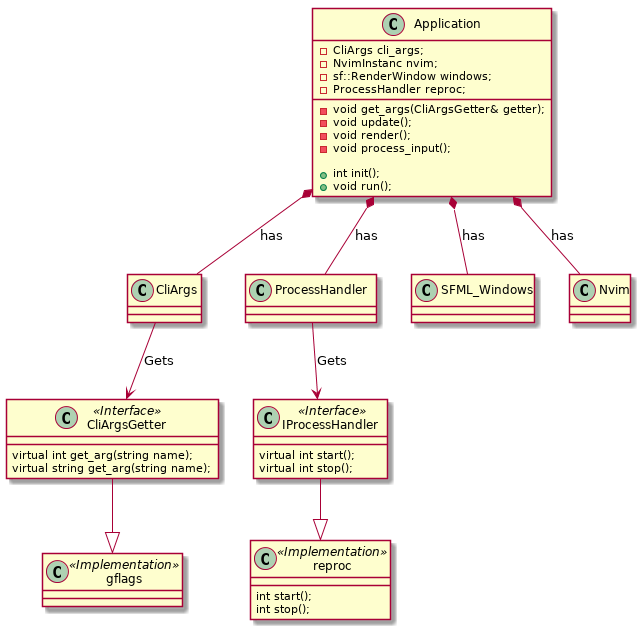
tricktux/rnvim keeps this PlantUML diagram as docs/arch.png. Above is the earlier version.
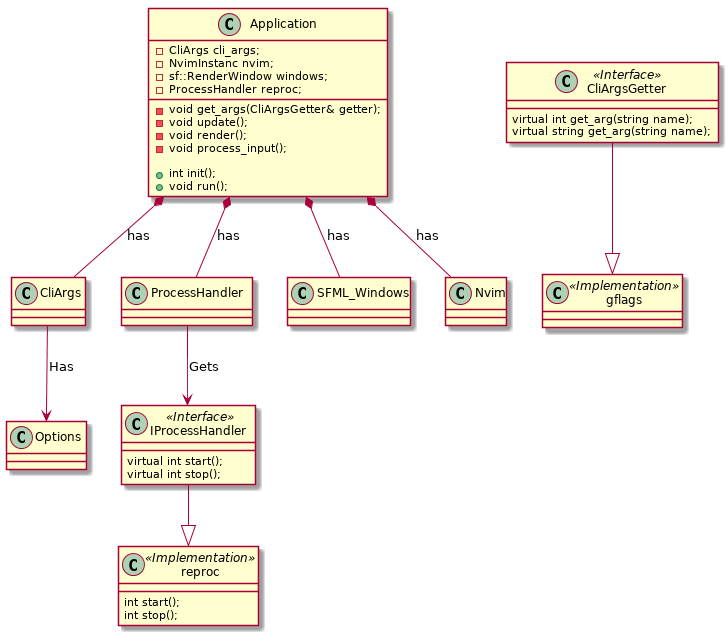
After the change.

Commit message:
Improving argument handling

What changed in the source:
```diff
@@ -42,7 +42,7 @@
 Application *-- SFML_Windows : has
 Application *-- Nvim : has
 CliArgsGetter --|> gflags
-CliArgs --> CliArgsGetter : Gets
+CliArgs --> Options : Has
 IProcessHandler --|> reproc
 ProcessHandler --> IProcessHandler : Gets
 
```
